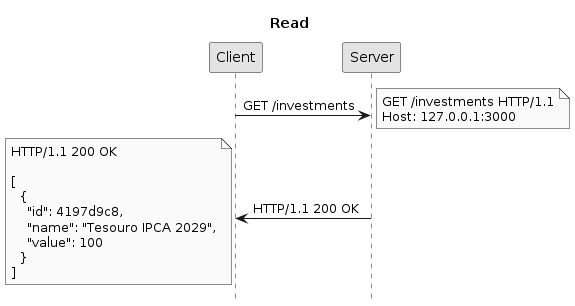
This is public/imgs/expressjs/api/read-investments-simple.png from ifpb/lp2, a PlantUML export, as it was before one commit.
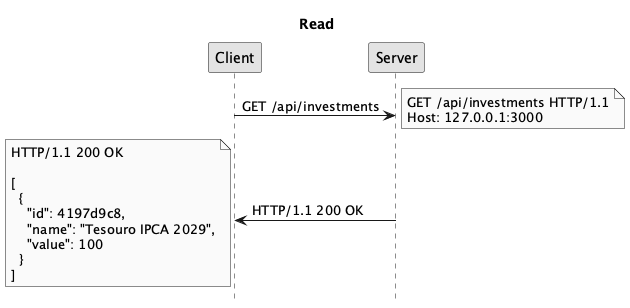
Above is the later version.

What changed in the source:
```diff
@@ -3,8 +3,8 @@
 hide footbox
 skinparam monochrome true
 
-Client -> Server: GET /investments
-note right: GET /investments HTTP/1.1\nHost: 127.0.0.1:3000
+Client -> Server: GET /api/investments
+note right: GET /api/investments HTTP/1.1\nHost: 127.0.0.1:3000
 Server -> Client: HTTP/1.1 200 OK
 note left: HTTP/1.1 200 OK\n\n[\n  {\n    "id": 4197d9c8,\n    "name": "Tesouro IPCA 2029",\n    "value": 100\n  }\n]
 @enduml
```
